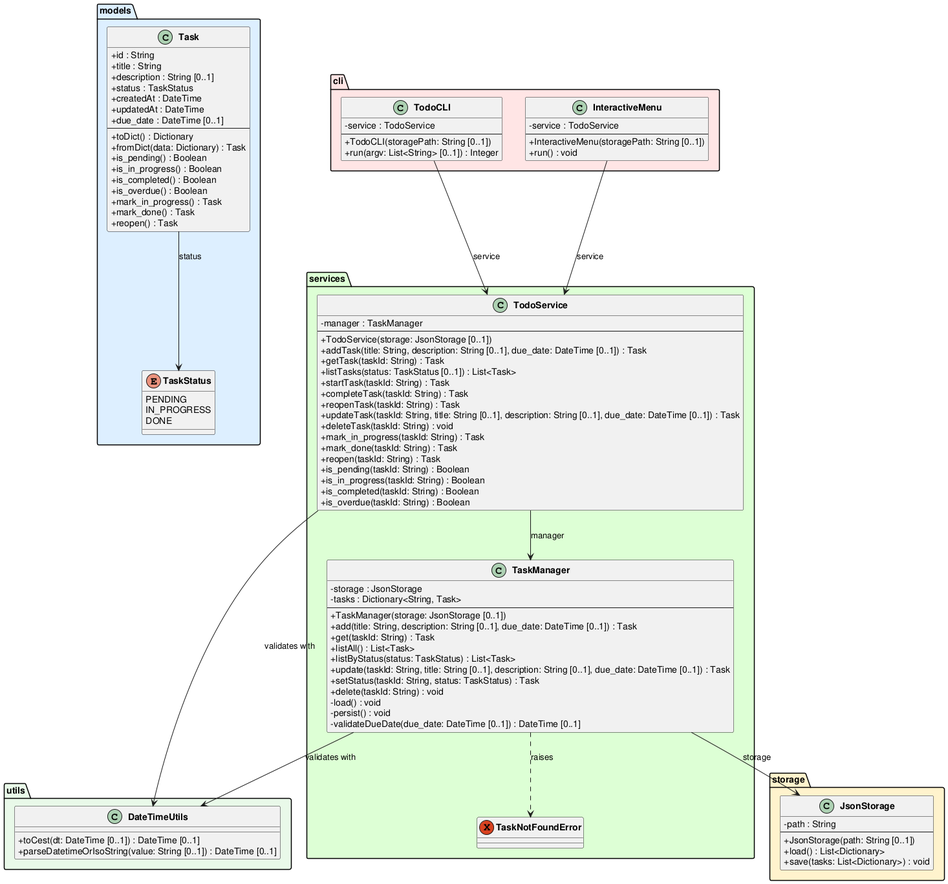
Before: experiments/supervisor_as_tools/user_stories/TODO/artifacts/class_diagram.png, a diagram exported from PlantUML (DanielRiha8906/Software_autoevolution_using_agents).
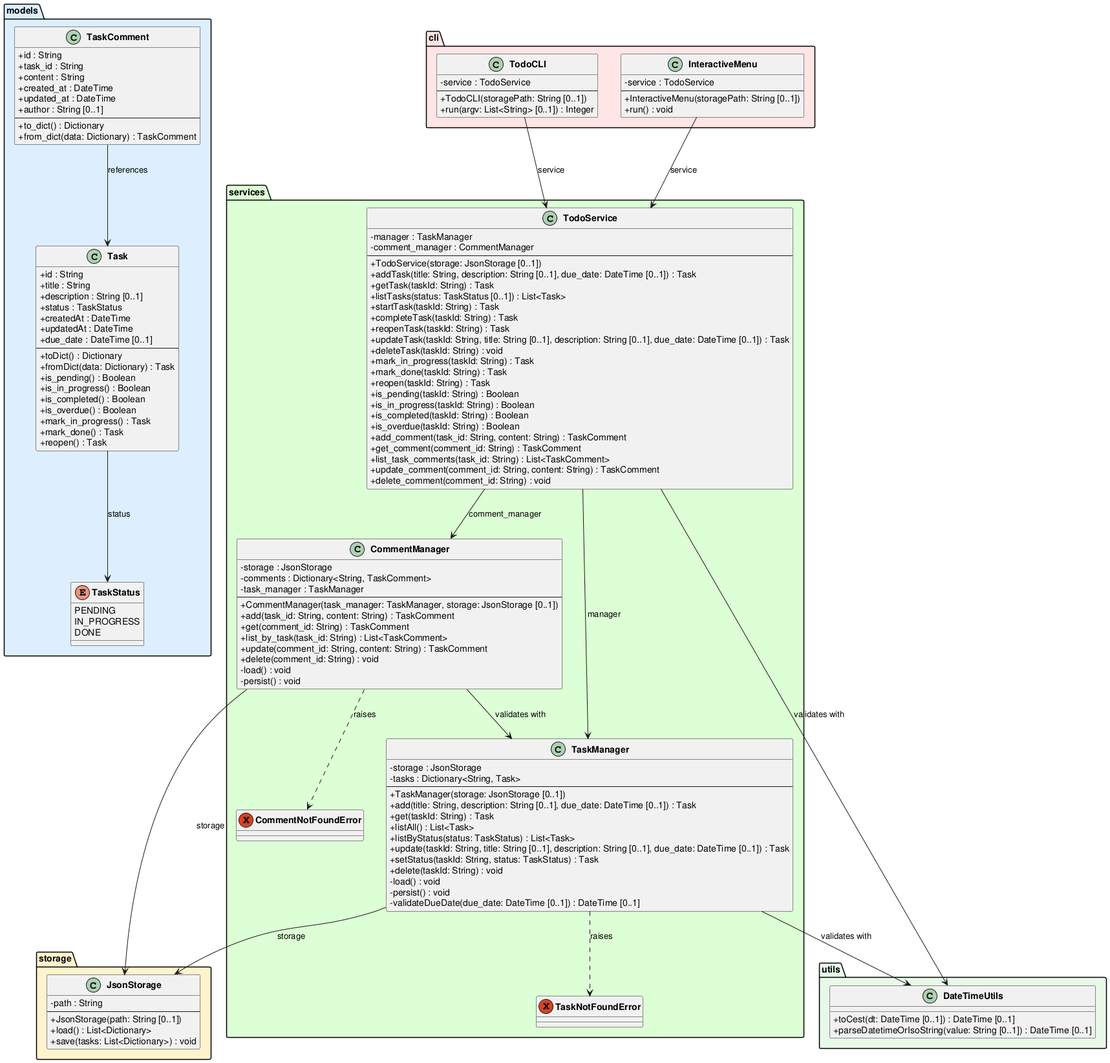
The same diagram one commit later.

Change to the diagram source:
```diff
@@ -29,6 +29,18 @@
         +mark_done() : Task
         +reopen() : Task
     }
+
+    class TaskComment {
+        +id : String
+        +task_id : String
+        +content : String
+        +created_at : DateTime
+        +updated_at : DateTime
+        +author : String [0..1]
+        --
+        +to_dict() : Dictionary
+        +from_dict(data: Dictionary) : TaskComment
+    }
 }
 
 package "utils" #E8F8E8 {
@@ -50,6 +62,7 @@
 
 package "services" #DDFFD4 {
     exception TaskNotFoundError
+    exception CommentNotFoundError
 
     class TaskManager {
         -storage : JsonStorage
@@ -68,8 +81,24 @@
         -validateDueDate(due_date: DateTime [0..1]) : DateTime [0..1]
     }
 
+    class CommentManager {
+        -storage : JsonStorage
+        -comments : Dictionary<String, TaskComment>
+        -task_manager : TaskManager
+        --
+        +CommentManager(task_manager: TaskManager, storage: JsonStorage [0..1])
+        +add(task_id: String, content: String) : TaskComment
+        +get(comment_id: String) : TaskComment
+        +list_by_task(task_id: String) : List<TaskComment>
+        +update(comment_id: String, content: String) : TaskComment
+        +delete(comment_id: String) : void
+        -load() : void
+        -persist() : void
+    }
+
     class TodoService {
         -manager : TaskManager
+        -comment_manager : CommentManager
         --
         +TodoService(storage: JsonStorage [0..1])
         +addTask(title: String, description: String [0..1], due_date: DateTime [0..1]) : Task
@@ -87,6 +116,11 @@
         +is_in_progress(taskId: String) : Boolean
         +is_completed(taskId: String) : Boolean
         +is_overdue(taskId: String) : Boolean
+        +add_comment(task_id: String, content: String) : TaskComment
+        +get_comment(comment_id: String) : TaskComment
+        +list_task_comments(task_id: String) : List<TaskComment>
+        +update_comment(comment_id: String, content: String) : TaskComment
+        +delete_comment(comment_id: String) : void
     }
 }
 
@@ -107,10 +141,15 @@
 }
 
 Task --> TaskStatus : status
+TaskComment --> Task : references
 TaskManager --> JsonStorage : storage
 TaskManager ..> TaskNotFoundError : raises
 TaskManager --> DateTimeUtils : validates with
+CommentManager --> JsonStorage : storage
+CommentManager --> TaskManager : validates with
+CommentManager ..> CommentNotFoundError : raises
 TodoService --> TaskManager : manager
+TodoService --> CommentManager : comment_manager
 TodoService --> DateTimeUtils : validates with
 TodoCLI --> TodoService : service
 InteractiveMenu --> TodoService : service
```
